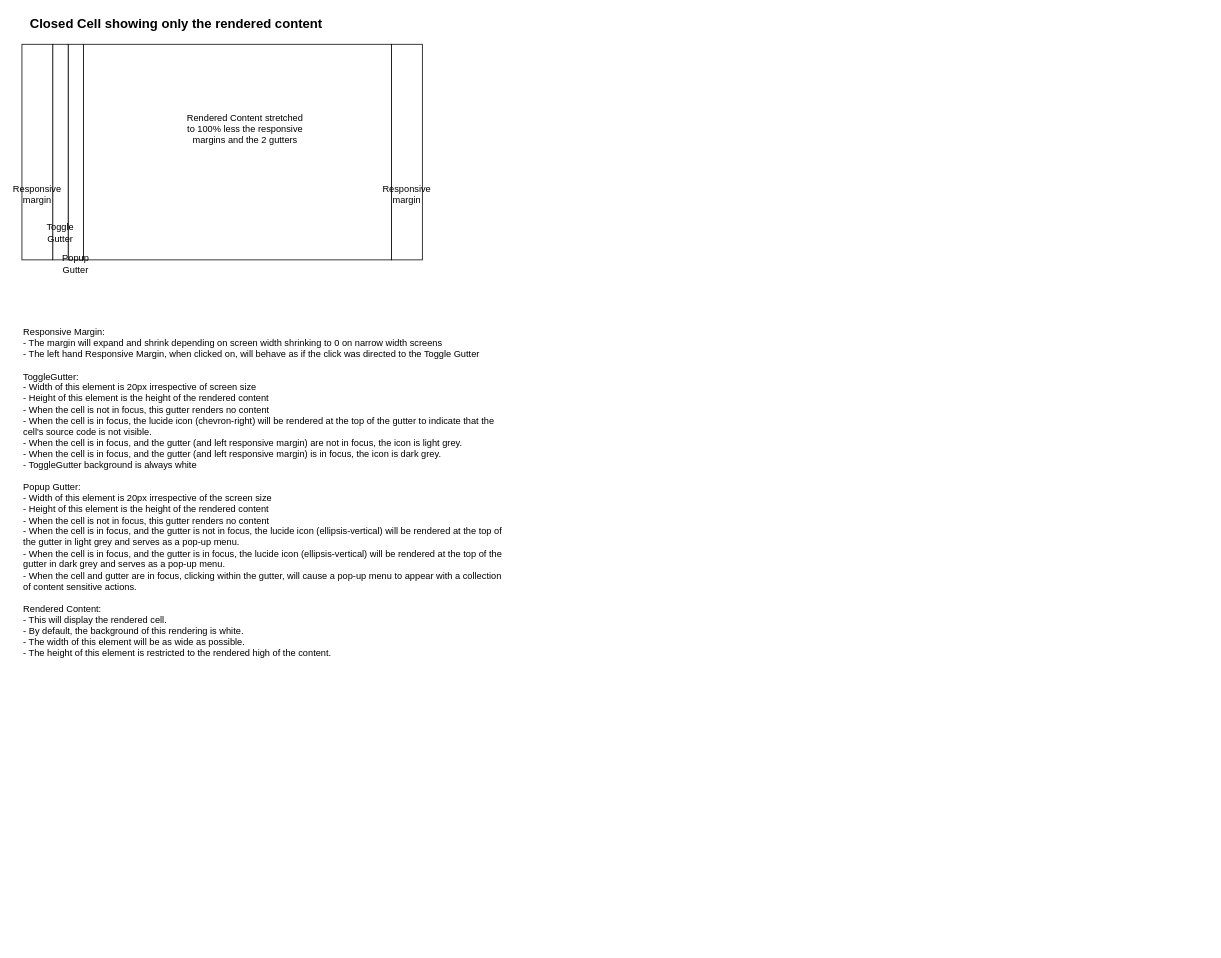
Before: docs/Closed Cell.drawio in graeme-lockley/notebook, a draw.io diagram. Source tidied: cells renumbered, new cells numbered last; positions are measured from the earlier drawing's top-left corner, leaving out a move shared by most shapes. Both pictures are drawn from the tidied source at 77%, with x=0, y=0 at pixel (14, 13).
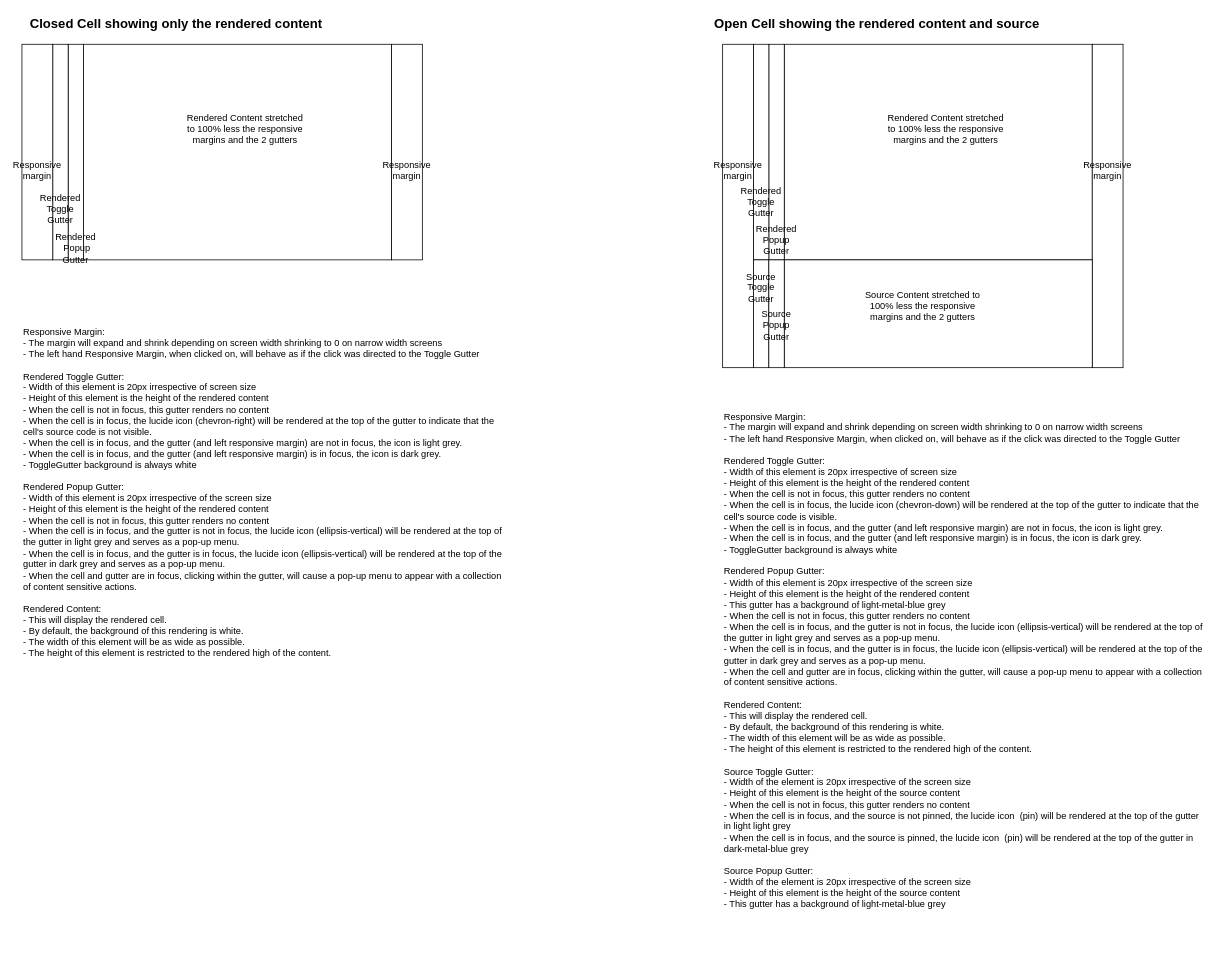
After the change.

Change to the diagram source:
```diff
@@
     <mxCell id="8" value="Responsive margin" style="text;html=1;align=center;verticalAlign=middle;whiteSpace=wrap;rounded=0;" parent="1" vertex="1">
-      <mxGeometry x="480" y="220" width="60" height="30" as="geometry" />
+      <mxGeometry x="480" y="189" width="60" height="30" as="geometry" />
     </mxCell>
     <mxCell id="9" value="Responsive margin" style="text;html=1;align=center;verticalAlign=middle;whiteSpace=wrap;rounded=0;" parent="1" vertex="1">
-      <mxGeometry y="220" width="60" height="30" as="geometry" />
+      <mxGeometry y="189" width="60" height="30" as="geometry" />
     </mxCell>
@@
-    <mxCell id="11" value="Toggle Gutter" style="text;html=1;align=center;verticalAlign=middle;whiteSpace=wrap;rounded=0;" parent="1" vertex="1">
-      <mxGeometry x="30" y="270" width="60" height="30" as="geometry" />
+    <mxCell id="11" value="Rendered Toggle Gutter" style="text;html=1;align=center;verticalAlign=middle;whiteSpace=wrap;rounded=0;" parent="1" vertex="1">
+      <mxGeometry x="30" y="239" width="60" height="30" as="geometry" />
     </mxCell>
-    <mxCell id="12" value="Popup Gutter" style="text;html=1;align=center;verticalAlign=middle;whiteSpace=wrap;rounded=0;" parent="1" vertex="1">
-      <mxGeometry x="50" y="310" width="60" height="30" as="geometry" />
+    <mxCell id="12" value="Rendered &amp;nbsp;Popup Gutter" style="text;html=1;align=center;verticalAlign=middle;whiteSpace=wrap;rounded=0;" parent="1" vertex="1">
+      <mxGeometry x="50" y="290" width="60" height="30" as="geometry" />
     </mxCell>
-    <mxCell id="13" value="Responsive Margin:&lt;div&gt;- The margin will expand and shrink depending on screen width shrinking to 0 on narrow width screens&lt;/div&gt;&lt;div&gt;- The left hand Responsive Margin, when clicked on, will behave as if the click was directed to the Toggle Gutter&lt;/div&gt;&lt;div&gt;&lt;br&gt;&lt;/div&gt;&lt;div&gt;ToggleGutter:&lt;/div&gt;&lt;div&gt;- Width of this element is 20px irrespective of screen size&lt;/div&gt;&lt;div&gt;- Height of this element is the height of the rendered content&lt;/div&gt;&lt;div&gt;- When the cell is not in focus, this gutter renders no content&lt;/div&gt;&lt;div&gt;- When the cell is in focus, the lucide icon (chevron-right) will be rendered at the top of the gutter to indicate that the cell's source code is not visible.&lt;/div&gt;&lt;div&gt;- When the cell is in focus, and the gutter (and left responsive margin) are not in focus, the icon is light grey.&lt;/div&gt;&lt;div&gt;- When the cell is in focus, and the gutter (and left responsive margin) is in focus, the icon is dark grey.&lt;/div&gt;&lt;div&gt;- ToggleGutter background is always white&lt;/div&gt;&lt;div&gt;&lt;br&gt;&lt;/div&gt;&lt;div&gt;Popup Gutter:&lt;/div&gt;&lt;div&gt;- Width of this element is 20px irrespective of the screen size&lt;/div&gt;&lt;div&gt;- Height of this element is the height of the rendered content&lt;/div&gt;&lt;div&gt;- When the cell is not in focus, this gutter renders no content&lt;/div&gt;&lt;div&gt;- When the cell is in focus, and the gutter is not in focus, the lucide icon (ellipsis-vertical) will be rendered at the top of the gutter in light grey and serves as a pop-up menu.&lt;/div&gt;&lt;div&gt;- When the cell is in focus, and the gutter is in focus, the lucide icon (ellipsis-vertical) will be rendered at the top of the gutter in dark grey and serves as a pop-up menu.&lt;/div&gt;&lt;div&gt;- When the cell and gutter are in focus, clicking within the gutter, will cause a pop-up menu to appear with a collection of content sensitive actions.&lt;/div&gt;&lt;div&gt;&lt;br&gt;&lt;/div&gt;&lt;div&gt;Rendered Content:&lt;/div&gt;&lt;div&gt;- This will display the rendered cell.&lt;/div&gt;&lt;div&gt;- By default, the background of this rendering is white.&lt;/div&gt;&lt;div&gt;- The width of this element will be as wide as possible.&lt;/div&gt;&lt;div&gt;- The height of this element is restricted to the rendered high of the content.&lt;/div&gt;" style="text;html=1;align=left;verticalAlign=top;whiteSpace=wrap;rounded=0;" parent="1" vertex="1">
+    <mxCell id="13" value="Responsive Margin:&lt;div&gt;- The margin will expand and shrink depending on screen width shrinking to 0 on narrow width screens&lt;/div&gt;&lt;div&gt;- The left hand Responsive Margin, when clicked on, will behave as if the click was directed to the Toggle Gutter&lt;/div&gt;&lt;div&gt;&lt;br&gt;&lt;/div&gt;&lt;div&gt;Rendered Toggle Gutter:&lt;/div&gt;&lt;div&gt;- Width of this element is 20px irrespective of screen size&lt;/div&gt;&lt;div&gt;- Height of this element is the height of the rendered content&lt;/div&gt;&lt;div&gt;- When the cell is not in focus, this gutter renders no content&lt;/div&gt;&lt;div&gt;- When the cell is in focus, the lucide icon (chevron-right) will be rendered at the top of the gutter to indicate that the cell's source code is not visible.&lt;/div&gt;&lt;div&gt;- When the cell is in focus, and the gutter (and left responsive margin) are not in focus, the icon is light grey.&lt;/div&gt;&lt;div&gt;- When the cell is in focus, and the gutter (and left responsive margin) is in focus, the icon is dark grey.&lt;/div&gt;&lt;div&gt;- ToggleGutter background is always white&lt;/div&gt;&lt;div&gt;&lt;br&gt;&lt;/div&gt;&lt;div&gt;Rendered Popup Gutter:&lt;/div&gt;&lt;div&gt;- Width of this element is 20px irrespective of the screen size&lt;/div&gt;&lt;div&gt;- Height of this element is the height of the rendered content&lt;/div&gt;&lt;div&gt;- When the cell is not in focus, this gutter renders no content&lt;/div&gt;&lt;div&gt;- When the cell is in focus, and the gutter is not in focus, the lucide icon (ellipsis-vertical) will be rendered at the top of the gutter in light grey and serves as a pop-up menu.&lt;/div&gt;&lt;div&gt;- When the cell is in focus, and the gutter is in focus, the lucide icon (ellipsis-vertical) will be rendered at the top of the gutter in dark grey and serves as a pop-up menu.&lt;/div&gt;&lt;div&gt;- When the cell and gutter are in focus, clicking within the gutter, will cause a pop-up menu to appear with a collection of content sensitive actions.&lt;/div&gt;&lt;div&gt;&lt;br&gt;&lt;/div&gt;&lt;div&gt;Rendered Content:&lt;/div&gt;&lt;div&gt;- This will display the rendered cell.&lt;/div&gt;&lt;div&gt;- By default, the background of this rendering is white.&lt;/div&gt;&lt;div&gt;- The width of this element will be as wide as possible.&lt;/div&gt;&lt;div&gt;- The height of this element is restricted to the rendered high of the content.&lt;/div&gt;" style="text;html=1;align=left;verticalAlign=top;whiteSpace=wrap;rounded=0;" parent="1" vertex="1">
       <mxGeometry x="10" y="400" width="630" height="450" as="geometry" />
     </mxCell>
+    <mxCell id="14" style="rounded=0;whiteSpace=wrap;html=1;" parent="1" vertex="1">
+      <mxGeometry x="1000" y="40" width="400" height="280" as="geometry" />
+    </mxCell>
+    <mxCell id="15" style="rounded=0;whiteSpace=wrap;html=1;" parent="1" vertex="1">
+      <mxGeometry x="980" y="40" width="20" height="280" as="geometry" />
+    </mxCell>
+    <mxCell id="16" style="rounded=0;whiteSpace=wrap;html=1;" parent="1" vertex="1">
+      <mxGeometry x="960" y="40" width="20" height="280" as="geometry" />
+    </mxCell>
+    <mxCell id="17" style="rounded=0;whiteSpace=wrap;html=1;strokeColor=default;align=center;verticalAlign=middle;fontFamily=Helvetica;fontSize=12;fontColor=default;fillColor=default;" parent="1" vertex="1">
+      <mxGeometry x="920" y="40" width="40" height="420" as="geometry" />
+    </mxCell>
+    <mxCell id="18" style="rounded=0;whiteSpace=wrap;html=1;strokeColor=default;align=center;verticalAlign=middle;fontFamily=Helvetica;fontSize=12;fontColor=default;fillColor=default;" parent="1" vertex="1">
+      <mxGeometry x="1400" y="40" width="40" height="420" as="geometry" />
+    </mxCell>
+    <mxCell id="19" value="&lt;font style=&quot;font-size: 17px;&quot;&gt;&lt;b&gt;Open Cell showing the rendered content and source&lt;/b&gt;&lt;/font&gt;" style="text;html=1;align=center;verticalAlign=middle;strokeColor=none;fillColor=none;" parent="1" vertex="1">
+      <mxGeometry x="895" width="450" height="30" as="geometry" />
+    </mxCell>
+    <mxCell id="20" value="Responsive margin" style="text;html=1;align=center;verticalAlign=middle;whiteSpace=wrap;rounded=0;" parent="1" vertex="1">
+      <mxGeometry x="1390" y="189" width="60" height="30" as="geometry" />
+    </mxCell>
+    <mxCell id="21" value="Responsive margin" style="text;html=1;align=center;verticalAlign=middle;whiteSpace=wrap;rounded=0;" parent="1" vertex="1">
+      <mxGeometry x="910" y="189" width="60" height="30" as="geometry" />
+    </mxCell>
+    <mxCell id="22" value="Rendered Content stretched to 100% less the responsive margins and the 2 gutters" style="text;html=1;align=center;verticalAlign=middle;whiteSpace=wrap;rounded=0;" parent="1" vertex="1">
+      <mxGeometry x="1130" y="100" width="160" height="100" as="geometry" />
+    </mxCell>
+    <mxCell id="23" value="Rendered Toggle Gutter" style="text;html=1;align=center;verticalAlign=middle;whiteSpace=wrap;rounded=0;" parent="1" vertex="1">
+      <mxGeometry x="940" y="230" width="60" height="30" as="geometry" />
+    </mxCell>
+    <mxCell id="24" value="Rendered Popup Gutter" style="text;html=1;align=center;verticalAlign=middle;whiteSpace=wrap;rounded=0;" parent="1" vertex="1">
+      <mxGeometry x="960" y="279" width="60" height="30" as="geometry" />
+    </mxCell>
+    <mxCell id="25" style="rounded=0;whiteSpace=wrap;html=1;" parent="1" vertex="1">
+      <mxGeometry x="1000" y="320" width="400" height="140" as="geometry" />
+    </mxCell>
+    <mxCell id="26" style="rounded=0;whiteSpace=wrap;html=1;" parent="1" vertex="1">
+      <mxGeometry x="960" y="320" width="20" height="140" as="geometry" />
+    </mxCell>
+    <mxCell id="27" style="rounded=0;whiteSpace=wrap;html=1;" parent="1" vertex="1">
+      <mxGeometry x="980" y="320" width="20" height="140" as="geometry" />
+    </mxCell>
+    <mxCell id="28" value="Source Content stretched to 100% less the responsive margins and the 2 gutters" style="text;html=1;align=center;verticalAlign=middle;whiteSpace=wrap;rounded=0;" parent="1" vertex="1">
+      <mxGeometry x="1100" y="350" width="160" height="60" as="geometry" />
+    </mxCell>
+    <mxCell id="29" value="Source Toggle Gutter" style="text;html=1;align=center;verticalAlign=middle;whiteSpace=wrap;rounded=0;" parent="1" vertex="1">
+      <mxGeometry x="940" y="340.5" width="60" height="30" as="geometry" />
+    </mxCell>
+    <mxCell id="30" value="Source Popup Gutter" style="text;html=1;align=center;verticalAlign=middle;whiteSpace=wrap;rounded=0;" parent="1" vertex="1">
+      <mxGeometry x="960" y="389.5" width="60" height="30" as="geometry" />
+    </mxCell>
+    <mxCell id="31" value="Responsive Margin:&lt;div&gt;- The margin will expand and shrink depending on screen width shrinking to 0 on narrow width screens&lt;/div&gt;&lt;div&gt;- The left hand Responsive Margin, when clicked on, will behave as if the click was directed to the Toggle Gutter&lt;/div&gt;&lt;div&gt;&lt;br&gt;&lt;/div&gt;&lt;div&gt;Rendered Toggle Gutter:&lt;/div&gt;&lt;div&gt;- Width of this element is 20px irrespective of screen size&lt;/div&gt;&lt;div&gt;- Height of this element is the height of the rendered content&lt;/div&gt;&lt;div&gt;- When the cell is not in focus, this gutter renders no content&lt;/div&gt;&lt;div&gt;- When the cell is in focus, the lucide icon (chevron-down) will be rendered at the top of the gutter to indicate that the cell's source code is visible.&lt;/div&gt;&lt;div&gt;- When the cell is in focus, and the gutter (and left responsive margin) are not in focus, the icon is light grey.&lt;/div&gt;&lt;div&gt;- When the cell is in focus, and the gutter (and left responsive margin) is in focus, the icon is dark grey.&lt;/div&gt;&lt;div&gt;- ToggleGutter background is always white&lt;/div&gt;&lt;div&gt;&lt;br&gt;&lt;/div&gt;&lt;div&gt;Rendered Popup Gutter:&lt;/div&gt;&lt;div&gt;- Width of this element is 20px irrespective of the screen size&lt;/div&gt;&lt;div&gt;- Height of this element is the height of the rendered content&lt;/div&gt;&lt;div&gt;- This gutter has a background of light-metal-blue grey&lt;/div&gt;&lt;div&gt;- When the cell is not in focus, this gutter renders no content&lt;/div&gt;&lt;div&gt;- When the cell is in focus, and the gutter is not in focus, the lucide icon (ellipsis-vertical) will be rendered at the top of the gutter in light grey and serves as a pop-up menu.&lt;/div&gt;&lt;div&gt;- When the cell is in focus, and the gutter is in focus, the lucide icon (ellipsis-vertical) will be rendered at the top of the gutter in dark grey and serves as a pop-up menu.&lt;/div&gt;&lt;div&gt;- When the cell and gutter are in focus, clicking within the gutter, will cause a pop-up menu to appear with a collection of content sensitive actions.&lt;/div&gt;&lt;div&gt;&lt;br&gt;&lt;/div&gt;&lt;div&gt;Rendered Content:&lt;/div&gt;&lt;div&gt;- This will display the rendered cell.&lt;/div&gt;&lt;div&gt;- By default, the background of this rendering is white.&lt;/div&gt;&lt;div&gt;- The width of this element will be as wide as possible.&lt;/div&gt;&lt;div&gt;- The height of this element is restricted to the rendered high of the content.&lt;/div&gt;&lt;div&gt;&lt;br&gt;&lt;/div&gt;&lt;div&gt;Source Toggle Gutter:&lt;/div&gt;&lt;div&gt;- Width of the element is 20px irrespective of the screen size&lt;/div&gt;&lt;div&gt;- Height of this element is the height of the source content&lt;/div&gt;&lt;div&gt;- When the cell is not in focus, this gutter renders no content&lt;/div&gt;&lt;div&gt;- When the cell is in focus, and the source is not pinned, the lucide icon &amp;nbsp;(pin) will be rendered at the top of the gutter in light light grey&lt;/div&gt;&lt;div&gt;&lt;div&gt;- When the cell is in focus, and the source is pinned, the lucide icon &amp;nbsp;(pin) will be rendered at the top of the gutter in dark-metal-blue grey&lt;/div&gt;&lt;/div&gt;&lt;div&gt;&lt;br&gt;&lt;/div&gt;&lt;div&gt;Source Popup Gutter:&lt;/div&gt;&lt;div&gt;&lt;div&gt;- Width of the element is 20px irrespective of the screen size&lt;/div&gt;&lt;div&gt;- Height of this element is the height of the source content&lt;/div&gt;&lt;/div&gt;&lt;div&gt;- This gutter has a background of light-metal-blue grey&lt;/div&gt;&lt;div&gt;&lt;br&gt;&lt;/div&gt;&lt;div&gt;&lt;br&gt;&lt;/div&gt;" style="text;html=1;align=left;verticalAlign=top;whiteSpace=wrap;rounded=0;" parent="1" vertex="1">
+      <mxGeometry x="920" y="510" width="630" height="700" as="geometry" />
+    </mxCell>
```
